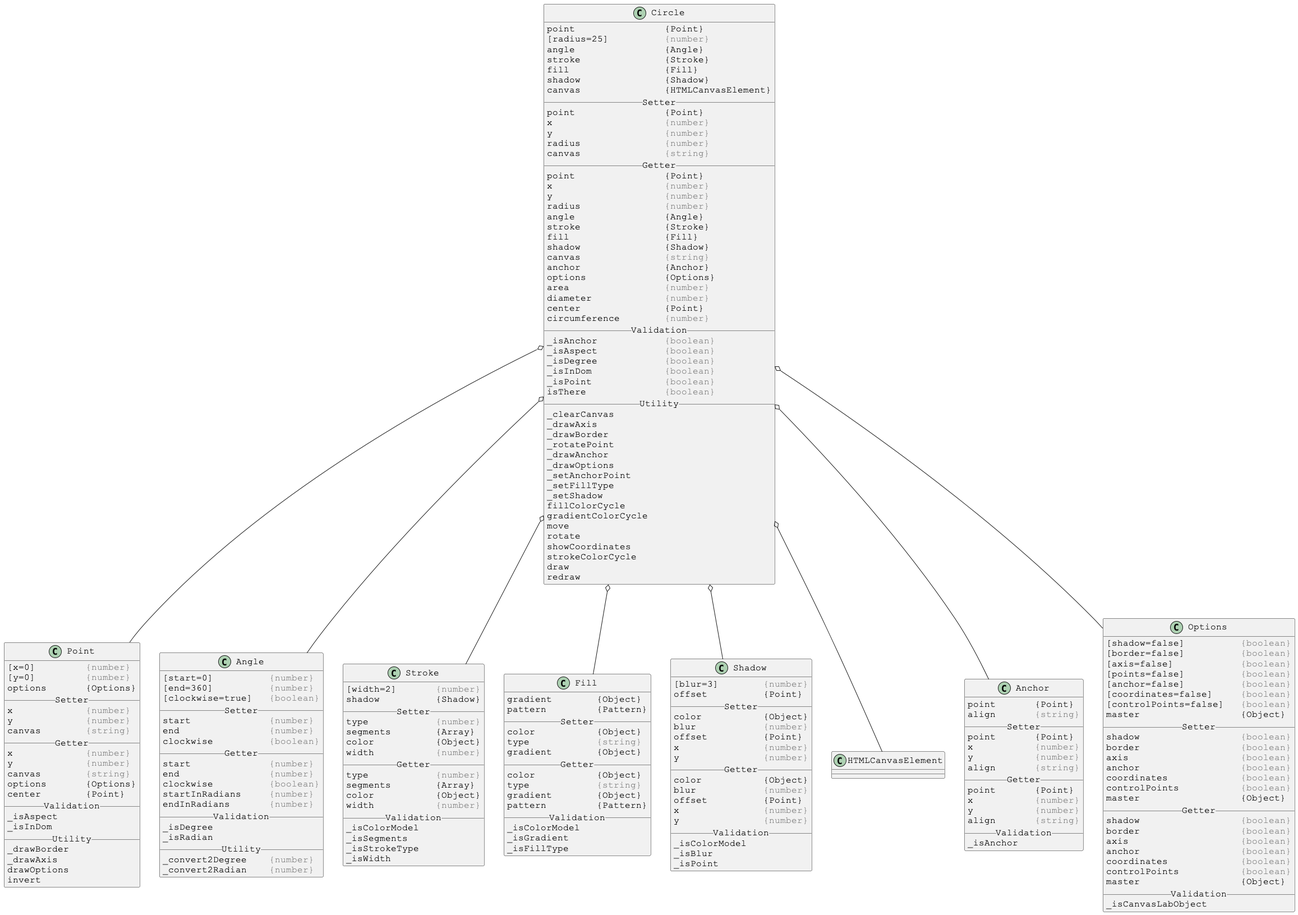
Earlier version of the PlantUML export docs/PlantUml/images/linked/Circle-linked.png (Justin-Byrne/canvasLab).
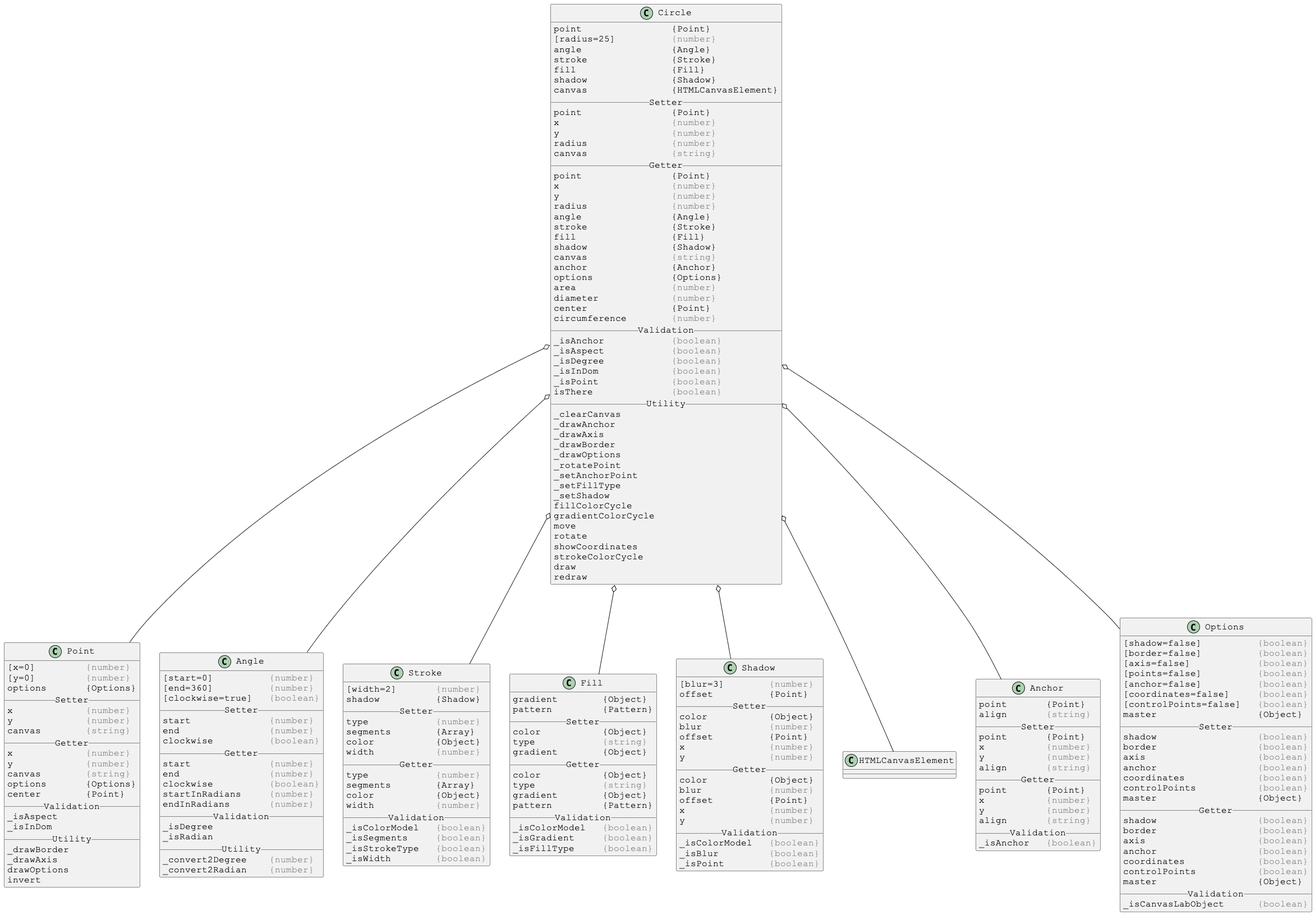
After the commit.

The edit, as a diff of the source:
```diff
@@ -42,11 +42,11 @@
 isThere              <color:gray>{boolean}</color>
 __ Utility __
 _clearCanvas
+_drawAnchor
 _drawAxis
 _drawBorder
+_drawOptions
 _rotatePoint
-_drawAnchor
-_drawOptions
 _setAnchorPoint
 _setFillType
 _setShadow
@@ -144,10 +144,10 @@
 color           {Object}
 width           <color:gray>{number}</color>
 __ Validation __
-_isColorModel
-_isSegments
-_isStrokeType
-_isWidth
+_isColorModel   <color:gray>{boolean}</color>
+_isSegments     <color:gray>{boolean}</color>
+_isStrokeType   <color:gray>{boolean}</color>
+_isWidth        <color:gray>{boolean}</color>
 }
 
 
@@ -168,9 +168,9 @@
 gradient        {Object}
 pattern         {Pattern}
 __ Validation __
-_isColorModel
-_isGradient
-_isFillType
+_isColorModel   <color:gray>{boolean}</color>
+_isGradient     <color:gray>{boolean}</color>
+_isFillType     <color:gray>{boolean}</color>
 }
 
 
@@ -194,9 +194,9 @@
 x               <color:gray>{number}</color>
 y               <color:gray>{number}</color>
 __ Validation __
-_isColorModel
-_isBlur
-_isPoint
+_isColorModel   <color:gray>{boolean}</color>
+_isBlur         <color:gray>{boolean}</color>
+_isPoint        <color:gray>{boolean}</color>
 }
 
 
@@ -218,7 +218,7 @@
 y           <color:gray>{number}</color>
 align       <color:gray>{string}</color>
 __ Validation __
-_isAnchor
+_isAnchor   <color:gray>{boolean}</color>
 }
 
 
@@ -252,7 +252,7 @@
 controlPoints           <color:gray>{boolean}</color>
 master                  {Object}
 __ Validation __
-_isCanvasLabObject
+_isCanvasLabObject      <color:gray>{boolean}</color>
 }
 
 @enduml
```
